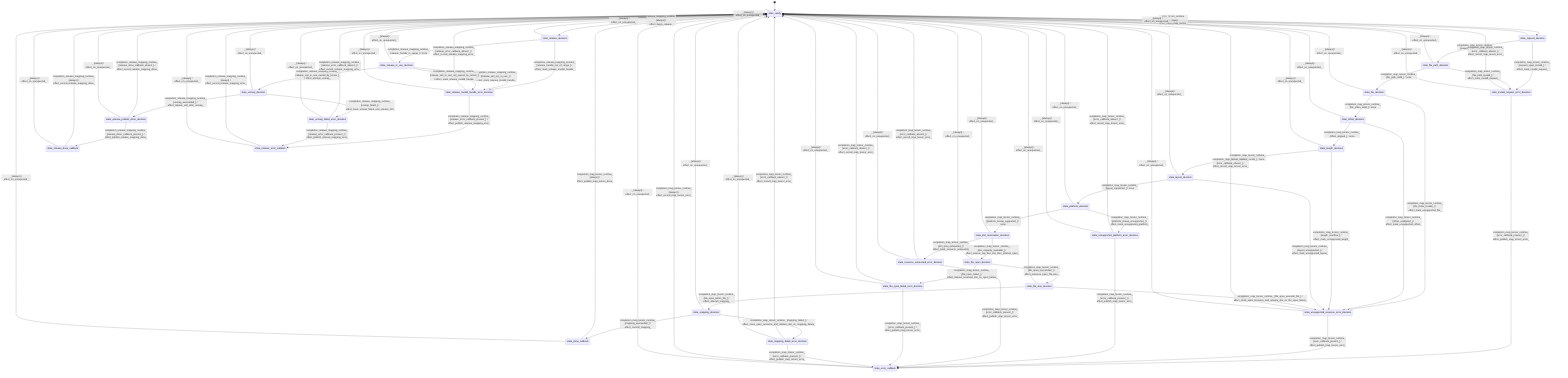
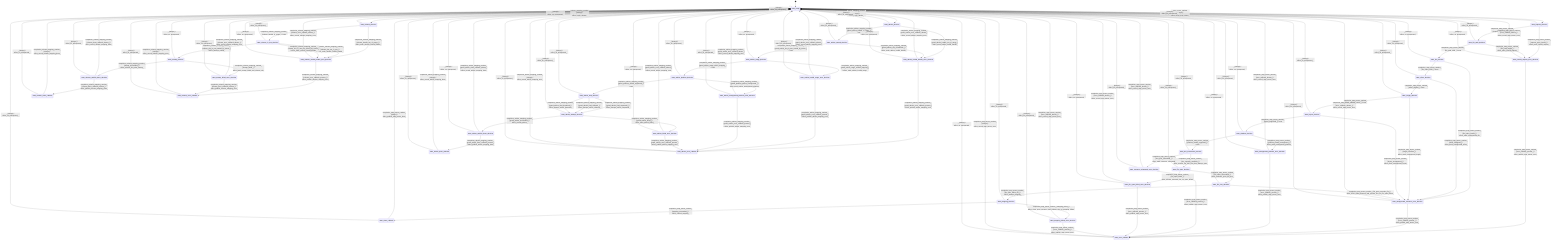
stateDiagram-v2
  direction TB
  [*] --> state_ready
  state_ready --> state_request_decision : map_tensor_runtime [always] / effect_begin_map_tensor_
  state_request_decision --> state_file_path_decision : completion_map_tensor_runtime_ [request_span_valid_] / none
  state_request_decision --> state_invalid_request_error_decision : completion_map_tensor_runtime_ [request_span_invalid_] / effect_mark_invalid_request_
  state_file_path_decision --> state_file_decision : completion_map_tensor_runtime_ [file_path_valid_] / none
  state_file_path_decision --> state_invalid_request_error_decision : completion_map_tensor_runtime_ [file_path_invalid_] / effect_mark_invalid_request_
  state_file_decision --> state_offset_decision : completion_map_tensor_runtime_ [file_index_valid_] / none
  state_file_decision --> state_unsupported_resource_error_decision : completion_map_tensor_runtime_ [file_index_invalid_] / effect_mark_unsupported_file_
  state_offset_decision --> state_length_decision : completion_map_tensor_runtime_ [offset_aligned_] / none
  state_offset_decision --> state_unsupported_resource_error_decision : completion_map_tensor_runtime_ [offset_unaligned_] / effect_mark_unsupported_offset_
  state_length_decision --> state_layout_decision : completion_map_tensor_runtime_ [length_within_bounds_] / none
  state_length_decision --> state_unsupported_resource_error_decision : completion_map_tensor_runtime_ [length_overflow_] / effect_mark_unsupported_length_
  state_layout_decision --> state_platform_decision : completion_map_tensor_runtime_ [layout_supported_] / none
  state_layout_decision --> state_unsupported_resource_error_decision : completion_map_tensor_runtime_ [layout_unsupported_] / effect_mark_unsupported_layout_
  state_platform_decision --> state_slot_reservation_decision : completion_map_tensor_runtime_ [platform_mmap_supported_] / none
  state_platform_decision --> state_unsupported_platform_error_decision : completion_map_tensor_runtime_ [platform_mmap_unsupported_] / effect_mark_unsupported_platform_
  state_slot_reservation_decision --> state_file_open_decision : completion_map_tensor_runtime_ [slot_capacity_available_] / effect_reserve_top_free_slot_then_attempt_open_
  state_slot_reservation_decision --> state_resource_exhausted_error_decision : completion_map_tensor_runtime_ [slot_pool_exhausted_] / effect_mark_resource_exhausted_
  state_file_open_decision --> state_file_size_decision : completion_map_tensor_runtime_ [file_open_succeeded_] / effect_measure_open_file_size_
  state_file_open_decision --> state_file_open_failed_error_decision : completion_map_tensor_runtime_ [file_open_failed_] / effect_release_reserved_slot_on_open_failure_
  state_file_size_decision --> state_mapping_decision : completion_map_tensor_runtime_ [file_span_within_file_] / effect_attempt_mapping_
  state_file_size_decision --> state_unsupported_resource_error_decision : completion_map_tensor_runtime_ [file_span_exceeds_file_] / effect_close_open_resource_and_release_slot_on_file_span_failure_
  state_mapping_decision --> state_done_callback : completion_map_tensor_runtime_ [mapping_succeeded_] / effect_commit_mapping_
  state_mapping_decision --> state_mapping_failed_error_decision : completion_map_tensor_runtime_ [mapping_failed_] / effect_close_open_resource_and_release_slot_on_mapping_failure_
  state_done_callback --> state_ready : completion_map_tensor_runtime_ [always] / effect_publish_map_tensor_done_
  state_invalid_request_error_decision --> state_error_callback : completion_map_tensor_runtime_ [error_callback_present_] / effect_publish_map_tensor_error_
  state_invalid_request_error_decision --> state_ready : completion_map_tensor_runtime_ [error_callback_absent_] / effect_record_map_tensor_error_
  state_unsupported_resource_error_decision --> state_error_callback : completion_map_tensor_runtime_ [error_callback_present_] / effect_publish_map_tensor_error_
  state_unsupported_resource_error_decision --> state_ready : completion_map_tensor_runtime_ [error_callback_absent_] / effect_record_map_tensor_error_
  state_unsupported_platform_error_decision --> state_error_callback : completion_map_tensor_runtime_ [error_callback_present_] / effect_publish_map_tensor_error_
  state_unsupported_platform_error_decision --> state_ready : completion_map_tensor_runtime_ [error_callback_absent_] / effect_record_map_tensor_error_
  state_resource_exhausted_error_decision --> state_error_callback : completion_map_tensor_runtime_ [error_callback_present_] / effect_publish_map_tensor_error_
  state_resource_exhausted_error_decision --> state_ready : completion_map_tensor_runtime_ [error_callback_absent_] / effect_record_map_tensor_error_
  state_file_open_failed_error_decision --> state_error_callback : completion_map_tensor_runtime_ [error_callback_present_] / effect_publish_map_tensor_error_
  state_file_open_failed_error_decision --> state_ready : completion_map_tensor_runtime_ [error_callback_absent_] / effect_record_map_tensor_error_
  state_mapping_failed_error_decision --> state_error_callback : completion_map_tensor_runtime_ [error_callback_present_] / effect_publish_map_tensor_error_
  state_mapping_failed_error_decision --> state_ready : completion_map_tensor_runtime_ [error_callback_absent_] / effect_record_map_tensor_error_
  state_error_callback --> state_ready : completion_map_tensor_runtime_ [always] / effect_record_map_tensor_error_
  state_ready --> state_release_decision : release_mapping_runtime [always] / effect_begin_release_
  state_release_decision --> state_release_in_use_decision : completion_release_mapping_runtime_ [release_handle_in_range_] / none
  state_release_decision --> state_release_invalid_handle_error_decision : completion_release_mapping_runtime_ [release_handle_out_of_range_] / effect_mark_release_invalid_handle_
  state_release_in_use_decision --> state_unmap_decision : completion_release_mapping_runtime_ [release_slot_in_use_owned_by_tensor_] / effect_attempt_unmap_
  state_release_in_use_decision --> state_release_invalid_handle_error_decision : completion_release_mapping_runtime_ [release_slot_not_in_use_] / effect_mark_release_invalid_handle_
  state_release_in_use_decision --> state_release_invalid_handle_error_decision : completion_release_mapping_runtime_ [release_slot_in_use_not_owned_by_tensor_] / effect_mark_release_invalid_handle_
  state_unmap_decision --> state_release_publish_done_decision : completion_release_mapping_runtime_ [unmap_succeeded_] / effect_release_slot_after_unmap_
  state_unmap_decision --> state_unmap_failed_error_decision : completion_release_mapping_runtime_ [unmap_failed_] / effect_mark_unmap_failed_and_release_slot_
  state_release_publish_done_decision --> state_release_done_callback : completion_release_mapping_runtime_ [release_done_callback_present_] / effect_publish_release_mapping_done_
  state_release_publish_done_decision --> state_ready : completion_release_mapping_runtime_ [release_done_callback_absent_] / effect_record_release_mapping_done_
  state_release_done_callback --> state_ready : completion_release_mapping_runtime_ [always] / effect_record_release_mapping_done_
  state_release_invalid_handle_error_decision --> state_release_error_callback : completion_release_mapping_runtime_ [release_error_callback_present_] / effect_publish_release_mapping_error_
  state_release_invalid_handle_error_decision --> state_ready : completion_release_mapping_runtime_ [release_error_callback_absent_] / effect_record_release_mapping_error_
  state_unmap_failed_error_decision --> state_release_error_callback : completion_release_mapping_runtime_ [release_error_callback_present_] / effect_publish_release_mapping_error_
  state_unmap_failed_error_decision --> state_ready : completion_release_mapping_runtime_ [release_error_callback_absent_] / effect_record_release_mapping_error_
  state_release_error_callback --> state_ready : completion_release_mapping_runtime_ [always] / effect_record_release_mapping_error_
+   state_ready --> state_advise_decision : advise_mapping_runtime [always] / effect_begin_advise_
+   state_advise_decision --> state_advise_owned_decision : completion_advise_mapping_runtime_ [guard_advise_handle_in_range_] / none
+   state_advise_decision --> state_advise_invalid_handle_error_decision : completion_advise_mapping_runtime_ [guard_advise_handle_out_of_range_] / effect_mark_advise_invalid_handle_
+   state_advise_owned_decision --> state_advise_range_decision : completion_advise_mapping_runtime_ [guard_advise_slot_in_use_owned_by_tensor_] / none
+   state_advise_owned_decision --> state_advise_invalid_handle_error_decision : completion_advise_mapping_runtime_ [guard_advise_slot_unavailable_] / effect_mark_advise_invalid_handle_
+   state_advise_range_decision --> state_advise_platform_decision : completion_advise_mapping_runtime_ [guard_advise_range_within_mapping_] / none
+   state_advise_range_decision --> state_advise_invalid_range_error_decision : completion_advise_mapping_runtime_ [guard_advise_range_outside_mapping_] / effect_mark_advise_invalid_range_
+   state_advise_platform_decision --> state_advise_kind_decision : completion_advise_mapping_runtime_ [guard_platform_advise_supported_] / none
+   state_advise_platform_decision --> state_advise_unsupported_platform_error_decision : completion_advise_mapping_runtime_ [guard_platform_advise_unsupported_] / effect_mark_advise_unsupported_platform_
+   state_advise_kind_decision --> state_advise_attempt_decision : completion_advise_mapping_runtime_ [guard_advise_kind_sequential_] / effect_attempt_advise_sequential_
+   state_advise_kind_decision --> state_advise_attempt_decision : completion_advise_mapping_runtime_ [guard_advise_kind_willneed_] / effect_attempt_advise_willneed_
+   state_advise_kind_decision --> state_advise_attempt_decision : completion_advise_mapping_runtime_ [guard_advise_kind_dontneed_] / effect_attempt_advise_dontneed_
+   state_advise_attempt_decision --> state_advise_publish_done_decision : completion_advise_mapping_runtime_ [guard_advise_succeeded_] / effect_commit_advise_
+   state_advise_attempt_decision --> state_advise_failed_error_decision : completion_advise_mapping_runtime_ [guard_advise_failed_] / effect_mark_advise_failed_
+   state_advise_publish_done_decision --> state_advise_done_callback : completion_advise_mapping_runtime_ [guard_advise_done_callback_present_] / effect_publish_advise_mapping_done_
+   state_advise_publish_done_decision --> state_ready : completion_advise_mapping_runtime_ [guard_advise_done_callback_absent_] / effect_record_advise_mapping_done_
+   state_advise_done_callback --> state_ready : completion_advise_mapping_runtime_ [always] / effect_record_advise_mapping_done_
+   state_advise_invalid_handle_error_decision --> state_advise_error_callback : completion_advise_mapping_runtime_ [guard_advise_error_callback_present_] / effect_publish_advise_mapping_error_
+   state_advise_invalid_handle_error_decision --> state_ready : completion_advise_mapping_runtime_ [guard_advise_error_callback_absent_] / effect_record_advise_mapping_error_
+   state_advise_invalid_range_error_decision --> state_advise_error_callback : completion_advise_mapping_runtime_ [guard_advise_error_callback_present_] / effect_publish_advise_mapping_error_
+   state_advise_invalid_range_error_decision --> state_ready : completion_advise_mapping_runtime_ [guard_advise_error_callback_absent_] / effect_record_advise_mapping_error_
+   state_advise_unsupported_platform_error_decision --> state_advise_error_callback : completion_advise_mapping_runtime_ [guard_advise_error_callback_present_] / effect_publish_advise_mapping_error_
+   state_advise_unsupported_platform_error_decision --> state_ready : completion_advise_mapping_runtime_ [guard_advise_error_callback_absent_] / effect_record_advise_mapping_error_
+   state_advise_failed_error_decision --> state_advise_error_callback : completion_advise_mapping_runtime_ [guard_advise_error_callback_present_] / effect_publish_advise_mapping_error_
+   state_advise_failed_error_decision --> state_ready : completion_advise_mapping_runtime_ [guard_advise_error_callback_absent_] / effect_record_advise_mapping_error_
+   state_advise_error_callback --> state_ready : completion_advise_mapping_runtime_ [always] / effect_record_advise_mapping_error_
  state_ready --> state_ready : _ [always] / effect_on_unexpected_
  state_request_decision --> state_ready : _ [always] / effect_on_unexpected_
  state_file_path_decision --> state_ready : _ [always] / effect_on_unexpected_
  state_file_decision --> state_ready : _ [always] / effect_on_unexpected_
  state_offset_decision --> state_ready : _ [always] / effect_on_unexpected_
  state_length_decision --> state_ready : _ [always] / effect_on_unexpected_
  state_layout_decision --> state_ready : _ [always] / effect_on_unexpected_
  state_platform_decision --> state_ready : _ [always] / effect_on_unexpected_
  state_slot_reservation_decision --> state_ready : _ [always] / effect_on_unexpected_
  state_file_open_decision --> state_ready : _ [always] / effect_on_unexpected_
  state_file_size_decision --> state_ready : _ [always] / effect_on_unexpected_
  state_mapping_decision --> state_ready : _ [always] / effect_on_unexpected_
  state_done_callback --> state_ready : _ [always] / effect_on_unexpected_
  state_invalid_request_error_decision --> state_ready : _ [always] / effect_on_unexpected_
  state_unsupported_resource_error_decision --> state_ready : _ [always] / effect_on_unexpected_
  state_unsupported_platform_error_decision --> state_ready : _ [always] / effect_on_unexpected_
  state_resource_exhausted_error_decision --> state_ready : _ [always] / effect_on_unexpected_
  state_file_open_failed_error_decision --> state_ready : _ [always] / effect_on_unexpected_
  state_mapping_failed_error_decision --> state_ready : _ [always] / effect_on_unexpected_
  state_error_callback --> state_ready : _ [always] / effect_on_unexpected_
  state_release_decision --> state_ready : _ [always] / effect_on_unexpected_
  state_release_in_use_decision --> state_ready : _ [always] / effect_on_unexpected_
  state_unmap_decision --> state_ready : _ [always] / effect_on_unexpected_
  state_release_publish_done_decision --> state_ready : _ [always] / effect_on_unexpected_
  state_release_done_callback --> state_ready : _ [always] / effect_on_unexpected_
  state_release_invalid_handle_error_decision --> state_ready : _ [always] / effect_on_unexpected_
  state_unmap_failed_error_decision --> state_ready : _ [always] / effect_on_unexpected_
  state_release_error_callback --> state_ready : _ [always] / effect_on_unexpected_
+   state_advise_decision --> state_ready : _ [always] / effect_on_unexpected_
+   state_advise_owned_decision --> state_ready : _ [always] / effect_on_unexpected_
+   state_advise_range_decision --> state_ready : _ [always] / effect_on_unexpected_
+   state_advise_platform_decision --> state_ready : _ [always] / effect_on_unexpected_
+   state_advise_kind_decision --> state_ready : _ [always] / effect_on_unexpected_
+   state_advise_attempt_decision --> state_ready : _ [always] / effect_on_unexpected_
+   state_advise_publish_done_decision --> state_ready : _ [always] / effect_on_unexpected_
+   state_advise_done_callback --> state_ready : _ [always] / effect_on_unexpected_
+   state_advise_invalid_handle_error_decision --> state_ready : _ [always] / effect_on_unexpected_
+   state_advise_invalid_range_error_decision --> state_ready : _ [always] / effect_on_unexpected_
+   state_advise_unsupported_platform_error_decision --> state_ready : _ [always] / effect_on_unexpected_
+   state_advise_failed_error_decision --> state_ready : _ [always] / effect_on_unexpected_
+   state_advise_error_callback --> state_ready : _ [always] / effect_on_unexpected_
